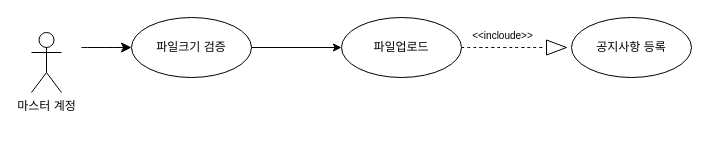
Above: BOD-ANN-002.drawio in fury2019/Diagram (draw.io), before the change. Source tidied: cells renumbered, new cells numbered last; positions are measured from the earlier drawing's top-left corner, leaving out a move shared by most shapes. Both pictures are drawn from the tidied source at 100%, with x=0, y=0 at pixel (31, 17).
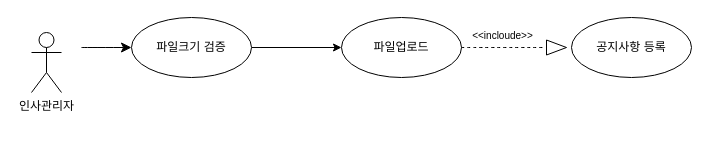
The same diagram, later.

Change to the diagram source:
```diff
@@
 <mxGraphModel>
   <root>
     <mxCell id="0" />
     <mxCell id="1" parent="0" />
     <mxCell id="2" value="파일업로드" style="ellipse;whiteSpace=wrap;html=1;" parent="1" vertex="1">
       <mxGeometry x="310" width="120" height="60" as="geometry" />
     </mxCell>
     <mxCell id="3" value="공지사항 등록" style="ellipse;whiteSpace=wrap;html=1;" parent="1" vertex="1">
       <mxGeometry x="540" width="120" height="60" as="geometry" />
     </mxCell>
     <mxCell id="4" style="entryX=0;entryY=0.5;entryDx=0;entryDy=0;" parent="1" edge="1" target="2">
       <mxGeometry relative="1" as="geometry">
         <mxPoint x="220" y="30" as="sourcePoint" />
       </mxGeometry>
     </mxCell>
-    <mxCell id="5" value="마스터 계정&lt;div&gt;&lt;br&gt;&lt;/div&gt;" style="shape=umlActor;verticalLabelPosition=bottom;verticalAlign=top;html=1;" parent="1" vertex="1">
+    <mxCell id="5" value="인사관리자" style="shape=umlActor;verticalLabelPosition=bottom;verticalAlign=top;html=1;" parent="1" vertex="1">
       <mxGeometry y="15" width="30" height="60" as="geometry" />
     </mxCell>
     <mxCell id="6" style="endArrow=none;dashed=1;html=1;rounded=0;fontSize=12;startSize=8;endSize=8;curved=1;exitX=1;exitY=0.5;exitDx=0;exitDy=0;" parent="1" edge="1" source="2">
       <mxGeometry relative="1" as="geometry">
         <mxPoint x="513" y="30" as="targetPoint" />
       </mxGeometry>
     </mxCell>
     <mxCell id="7" value="&lt;font style=&quot;font-size: 10px; font-weight: normal;&quot;&gt;&amp;lt;&amp;lt;incloude&amp;gt;&amp;gt;&lt;/font&gt;" style="text;strokeColor=none;fillColor=none;html=1;fontSize=24;fontStyle=1;verticalAlign=middle;align=center;" parent="1" vertex="1">
       <mxGeometry x="438" y="5.5" width="66" height="17" as="geometry" />
     </mxCell>
     <mxCell id="8" style="triangle;whiteSpace=wrap;html=1;" parent="1" vertex="1">
       <mxGeometry x="515" y="22.5" width="20" height="15" as="geometry" />
     </mxCell>
     <mxCell id="9" value="파일크기 검증" style="ellipse;whiteSpace=wrap;html=1;" parent="1" vertex="1">
       <mxGeometry x="100" width="120" height="60" as="geometry" />
     </mxCell>
     <mxCell id="10" style="endArrow=classic;html=1;rounded=0;fontSize=12;startSize=8;endSize=8;curved=1;entryX=0;entryY=0.5;entryDx=0;entryDy=0;" parent="1" edge="1" target="9">
       <mxGeometry relative="1" as="geometry">
         <mxPoint x="50" y="30" as="sourcePoint" />
       </mxGeometry>
     </mxCell>
   </root>
 </mxGraphModel>
```
